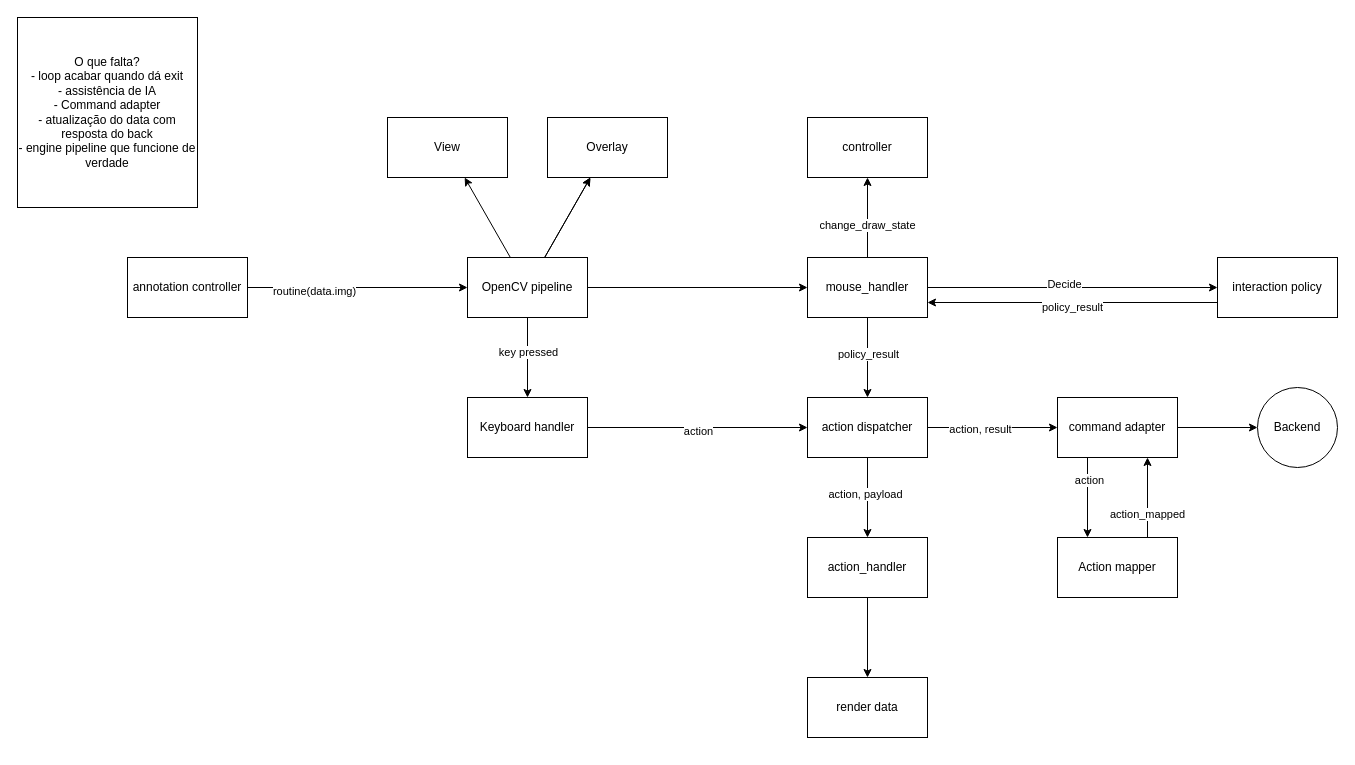
Before: annotation_transition/renderer/diagram.drawio in alecremer/Darkroom-CV, a draw.io diagram. Source tidied: cells renumbered, new cells numbered last; positions are measured from the earlier drawing's top-left corner, leaving out a move shared by most shapes. Both pictures are drawn from the tidied source at 100%, with x=0, y=0 at pixel (17, 17).
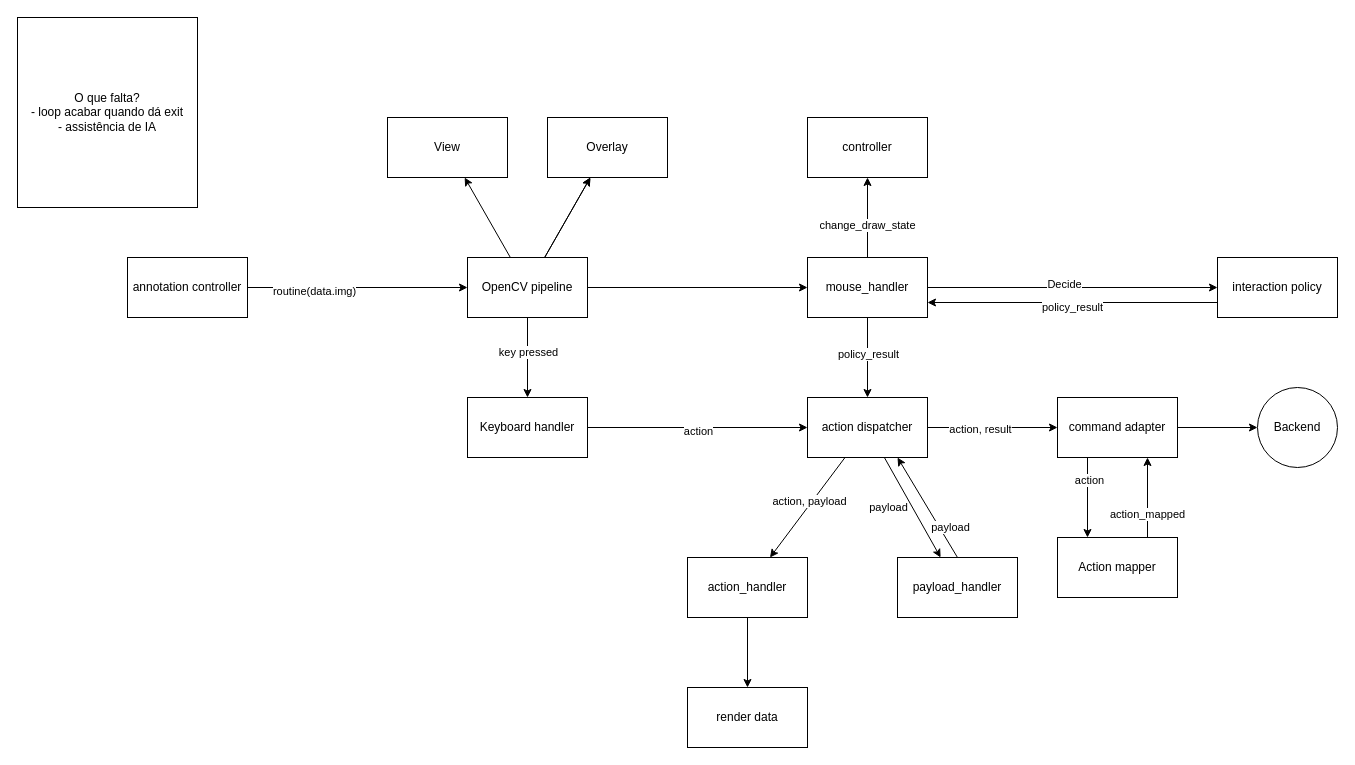
The same page after the edit.

Commit message (it also covers changes not shown here):
chore: move mouse and keyboard handler

Unchanged cells that the change refers to:
```xml
<mxCell id="20" value="action dispatcher" style="whiteSpace=wrap;html=1;" parent="1" vertex="1">
  <mxGeometry x="790" y="380" width="120" height="60" as="geometry" />
</mxCell>
```

Diff of the diagram source:
```diff
@@
     <mxCell id="13" value="action_handler" style="whiteSpace=wrap;html=1;" parent="1" vertex="1">
-      <mxGeometry x="790" y="520" width="120" height="60" as="geometry" />
+      <mxGeometry x="670" y="540" width="120" height="60" as="geometry" />
     </mxCell>
@@
     <mxCell id="15" value="render data" style="whiteSpace=wrap;html=1;" parent="1" vertex="1">
-      <mxGeometry x="790" y="660" width="120" height="60" as="geometry" />
+      <mxGeometry x="670" y="670" width="120" height="60" as="geometry" />
     </mxCell>
@@
+    <mxCell id="45" style="edgeStyle=none;html=1;" parent="1" edge="1" source="20" target="49">
+      <mxGeometry relative="1" as="geometry" />
+    </mxCell>
+    <mxCell id="46" value="payload" style="edgeLabel;html=1;align=center;verticalAlign=middle;" parent="45" vertex="1">
+      <mxGeometry x="0.03" y="-3" relative="1" as="geometry">
+        <mxPoint x="-23" y="-3" as="offset" />
+      </mxGeometry>
+    </mxCell>
@@
-    <mxCell id="41" value="O que falta?&lt;br&gt;- loop acabar quando dá exit&lt;div&gt;- assistência de IA&lt;/div&gt;&lt;div&gt;- Command adapter&lt;/div&gt;&lt;div&gt;- atualização do data com resposta do back&lt;/div&gt;&lt;div&gt;- engine pipeline que funcione de verdade&lt;/div&gt;" style="whiteSpace=wrap;html=1;" parent="1" vertex="1">
+    <mxCell id="41" value="O que falta?&lt;br&gt;- loop acabar quando dá exit&lt;div&gt;- assistência de IA&lt;br&gt;&lt;/div&gt;" style="whiteSpace=wrap;html=1;" parent="1" vertex="1">
       <mxGeometry width="180" height="190" as="geometry" />
     </mxCell>
@@
+    <mxCell id="47" style="edgeStyle=none;html=1;entryX=0.75;entryY=1;entryDx=0;entryDy=0;exitX=0.5;exitY=0;exitDx=0;exitDy=0;" parent="1" edge="1" source="49" target="20">
+      <mxGeometry relative="1" as="geometry" />
+    </mxCell>
+    <mxCell id="48" value="payload" style="edgeLabel;html=1;align=center;verticalAlign=middle;" parent="47" vertex="1">
+      <mxGeometry x="-0.13" y="1" relative="1" as="geometry">
+        <mxPoint x="20" y="13" as="offset" />
+      </mxGeometry>
+    </mxCell>
+    <mxCell id="49" value="payload_handler" style="whiteSpace=wrap;html=1;" parent="1" vertex="1">
+      <mxGeometry x="880" y="540" width="120" height="60" as="geometry" />
+    </mxCell>
```
